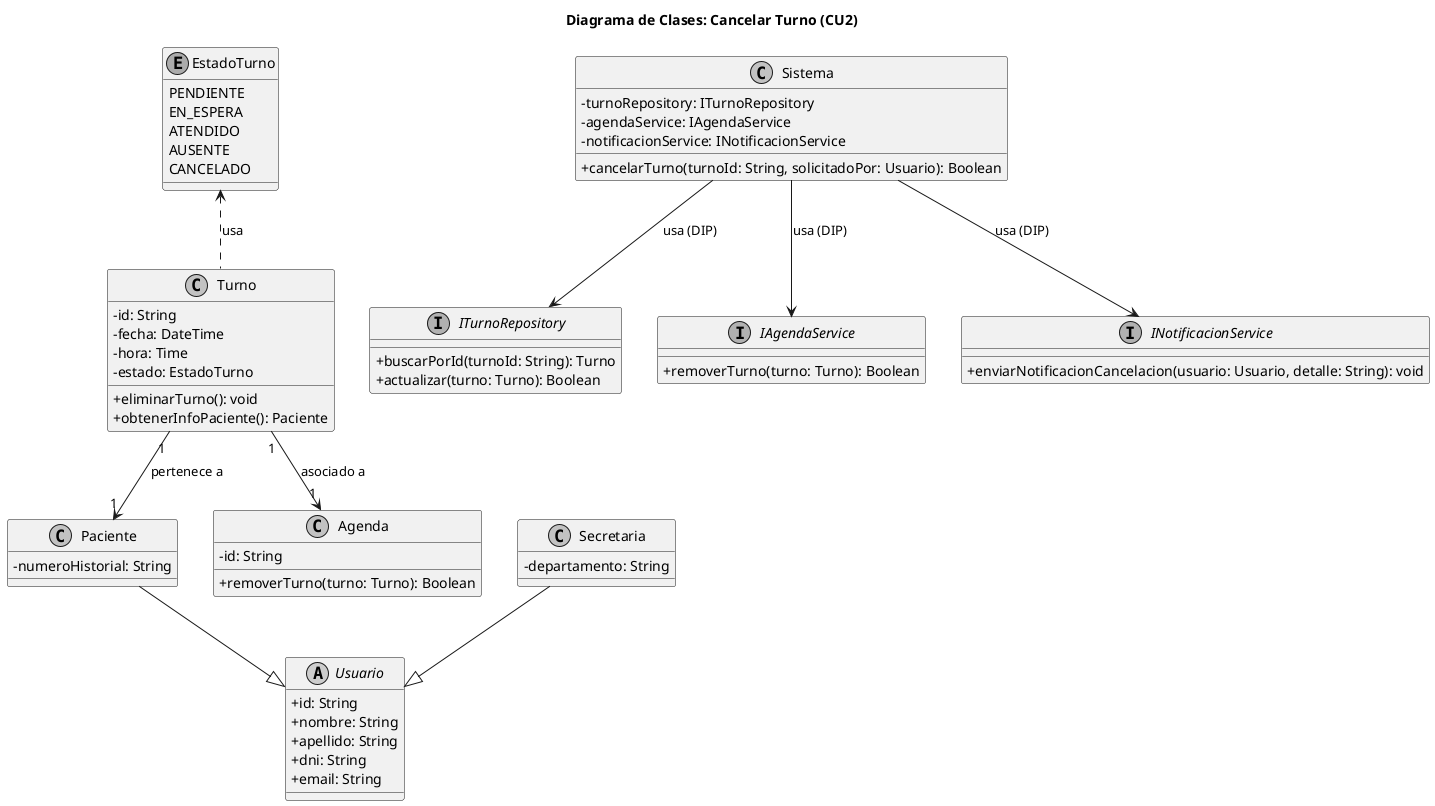
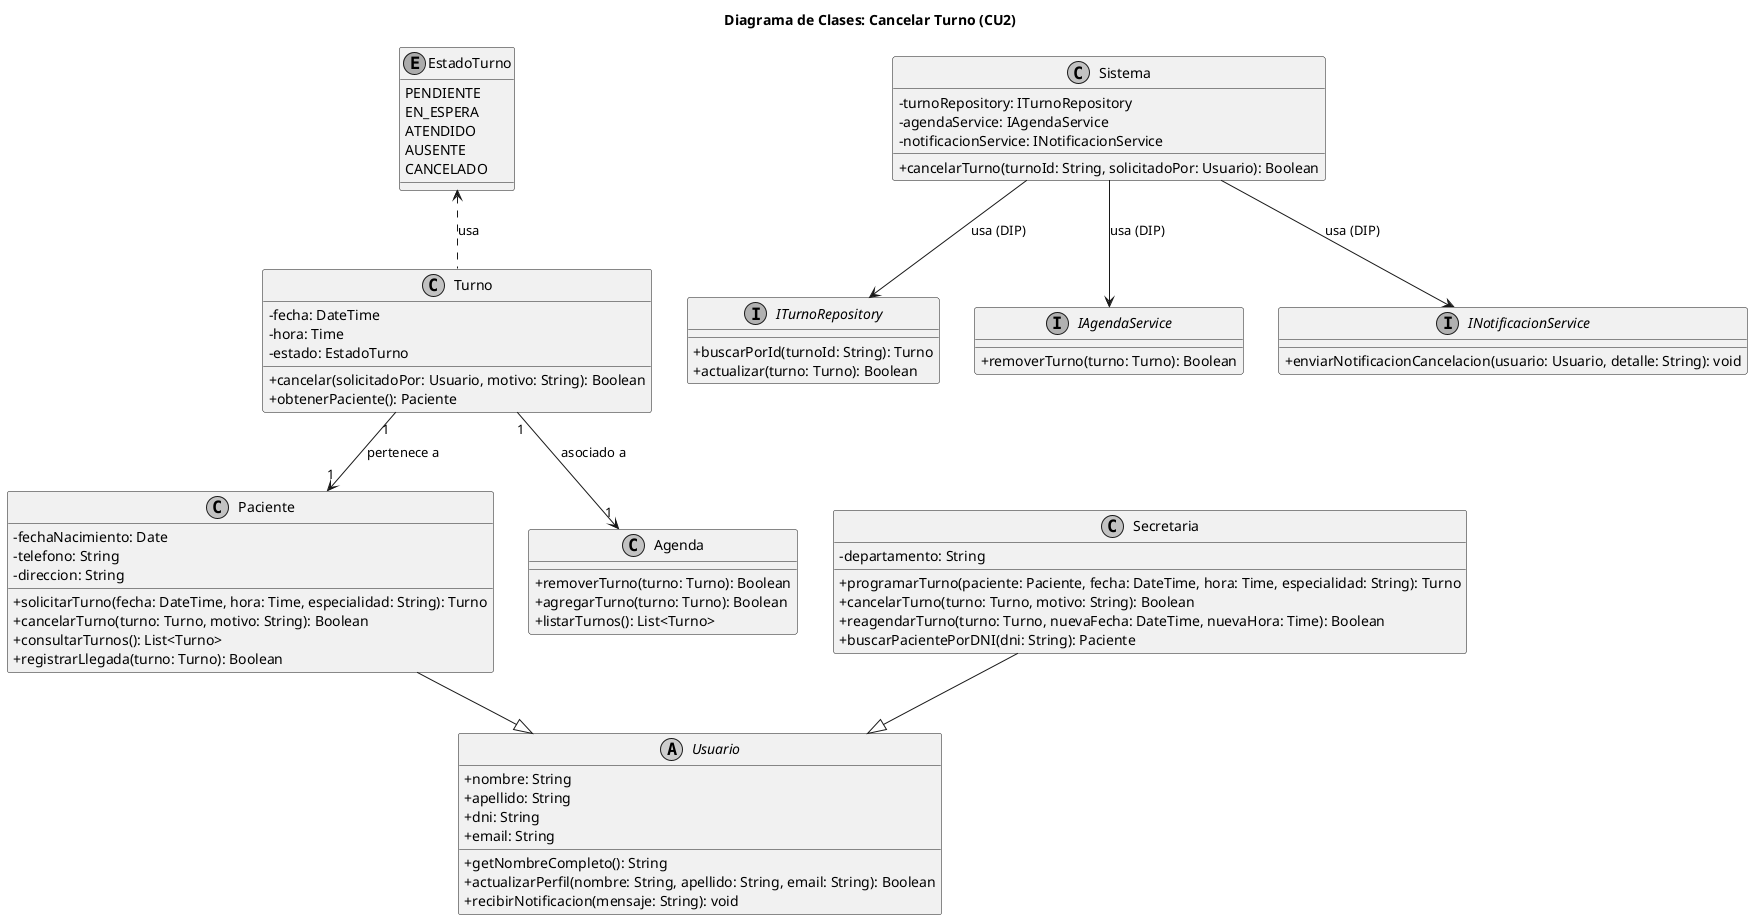
@startuml 02-clases-cancelar-turno-02
title Diagrama de Clases: Cancelar Turno (CU2)

skinparam classAttributeIconSize 0
skinparam monochrome true

abstract class Usuario {
-     +id: String
    +nombre: String
    +apellido: String
    +dni: String
    +email: String
+     +getNombreCompleto(): String
+     +actualizarPerfil(nombre: String, apellido: String, email: String): Boolean
+     +recibirNotificacion(mensaje: String): void
}

class Paciente {
-     -numeroHistorial: String
+     -fechaNacimiento: Date
+     -telefono: String
+     -direccion: String
+     +solicitarTurno(fecha: DateTime, hora: Time, especialidad: String): Turno
+     +cancelarTurno(turno: Turno, motivo: String): Boolean
+     +consultarTurnos(): List<Turno>
+     +registrarLlegada(turno: Turno): Boolean
}

class Secretaria {
    -departamento: String
+     +programarTurno(paciente: Paciente, fecha: DateTime, hora: Time, especialidad: String): Turno
+     +cancelarTurno(turno: Turno, motivo: String): Boolean
+     +reagendarTurno(turno: Turno, nuevaFecha: DateTime, nuevaHora: Time): Boolean
+     +buscarPacientePorDNI(dni: String): Paciente
}

class Turno {
-     -id: String
    -fecha: DateTime
    -hora: Time
    -estado: EstadoTurno
-     +eliminarTurno(): void
-     +obtenerInfoPaciente(): Paciente
+     +cancelar(solicitadoPor: Usuario, motivo: String): Boolean
+     +obtenerPaciente(): Paciente
}

class Agenda {
-     -id: String
    +removerTurno(turno: Turno): Boolean
+     +agregarTurno(turno: Turno): Boolean
+     +listarTurnos(): List<Turno>
}

enum EstadoTurno {
    PENDIENTE
    EN_ESPERA
    ATENDIDO
    AUSENTE
    CANCELADO
}

interface ITurnoRepository {
    +buscarPorId(turnoId: String): Turno
    +actualizar(turno: Turno): Boolean
}

interface IAgendaService {
    +removerTurno(turno: Turno): Boolean
}

interface INotificacionService {
    +enviarNotificacionCancelacion(usuario: Usuario, detalle: String): void
}

class Sistema {
    -turnoRepository: ITurnoRepository
    -agendaService: IAgendaService
    -notificacionService: INotificacionService
    +cancelarTurno(turnoId: String, solicitadoPor: Usuario): Boolean
}

Paciente --|> Usuario
Secretaria --|> Usuario
Turno "1" --> "1" Paciente : pertenece a
Turno "1" --> "1" Agenda : asociado a
Turno .up.> EstadoTurno : usa

Sistema --> ITurnoRepository : usa (DIP)
Sistema --> IAgendaService : usa (DIP)
Sistema --> INotificacionService : usa (DIP)

@enduml